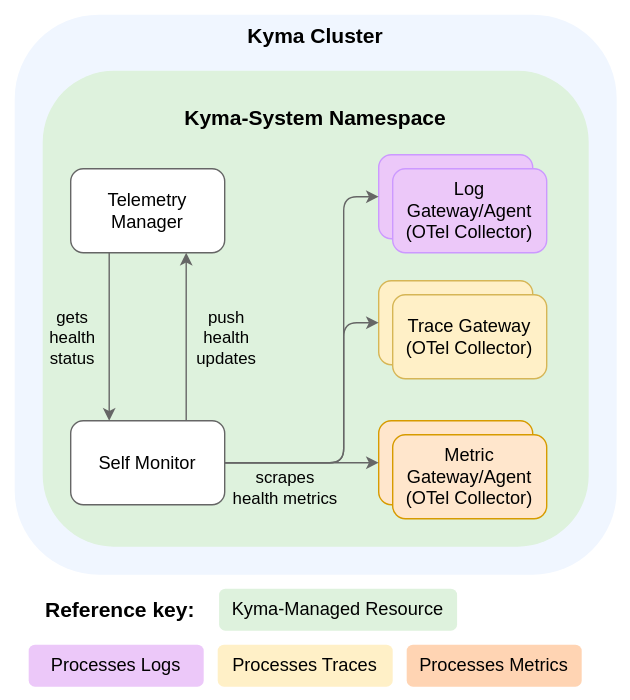
Earlier version of the draw.io export docs/user/assets/manager-arch.drawio.svg (kyma-project/telemetry-manager). Source tidied: cells renumbered, new cells last; positions are measured from the earlier drawing's top-left corner, leaving out a move shared by most shapes.
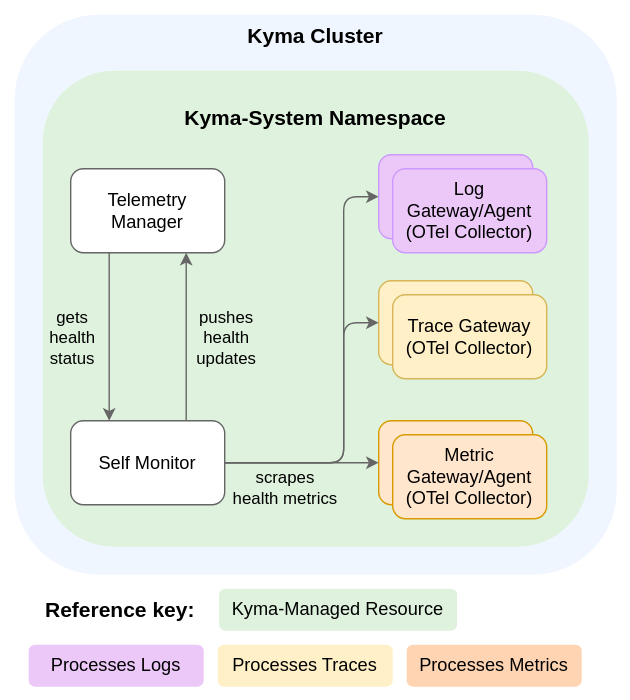
The same diagram one commit later.

Diff of the diagram source:
```diff
@@ -90,7 +90,7 @@
     <mxCell id="24" style="edgeStyle=orthogonalEdgeStyle;rounded=1;jettySize=auto;html=1;entryX=0.75;entryY=1;entryDx=0;entryDy=0;strokeColor=#666666;exitX=0.75;exitY=0;exitDx=0;exitDy=0;" parent="1" edge="1" source="9" target="5">
       <mxGeometry relative="1" as="geometry" />
     </mxCell>
-    <mxCell id="25" value="push&lt;div&gt;health&lt;/div&gt;&lt;div&gt;updates&lt;/div&gt;" style="edgeLabel;html=1;align=center;verticalAlign=middle;labelBackgroundColor=none;fontSize=12;fontColor=#000000;" parent="24" vertex="1">
+    <mxCell id="25" value="pushes&lt;div&gt;health&lt;/div&gt;&lt;div&gt;updates&lt;/div&gt;" style="edgeLabel;html=1;align=center;verticalAlign=middle;labelBackgroundColor=none;fontSize=12;fontColor=#000000;" parent="24" vertex="1">
       <mxGeometry x="-0.14" y="-2" relative="1" as="geometry">
         <mxPoint x="26" y="-8" as="offset" />
       </mxGeometry>
```
